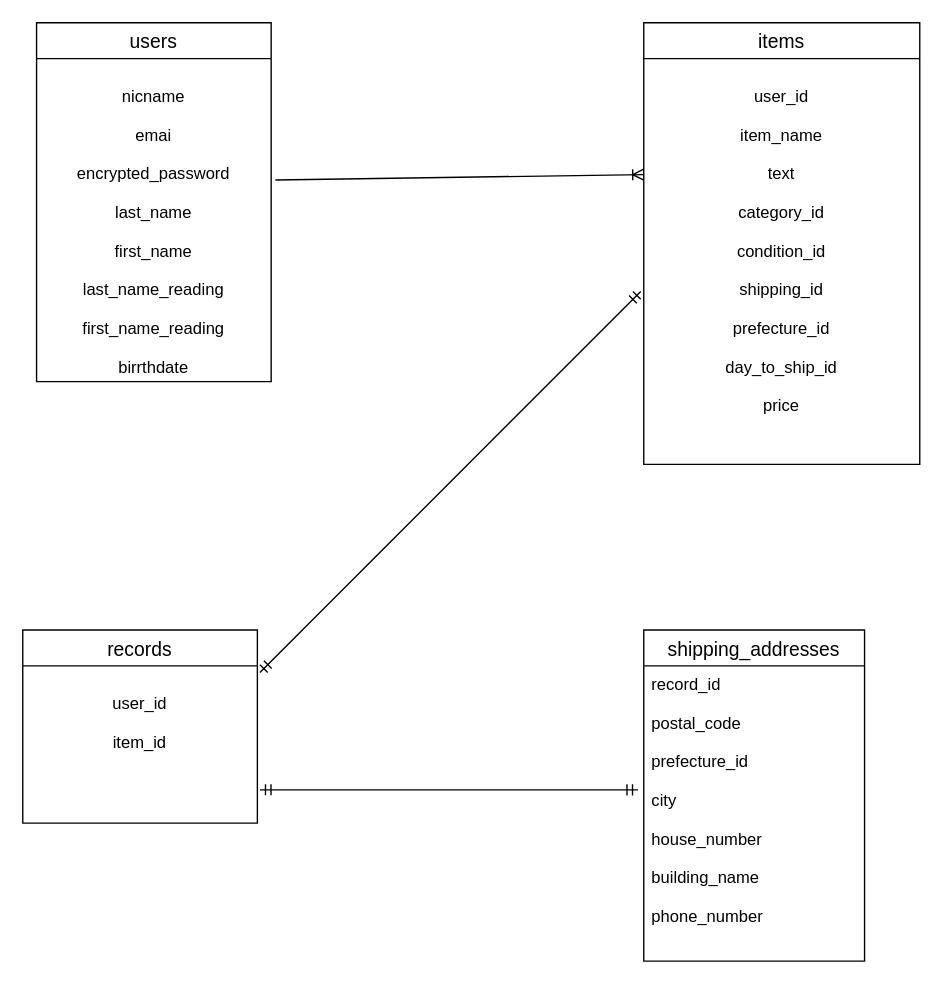
Before: app/controllers/ER.dio in kawashimakouhei/furima-29120, a draw.io diagram. Source tidied: cells renumbered, new cells numbered last; positions are measured from the earlier drawing's top-left corner, leaving out a move shared by most shapes. Both pictures are drawn from the tidied source at 138%, with x=0, y=0 at pixel (22, 22).
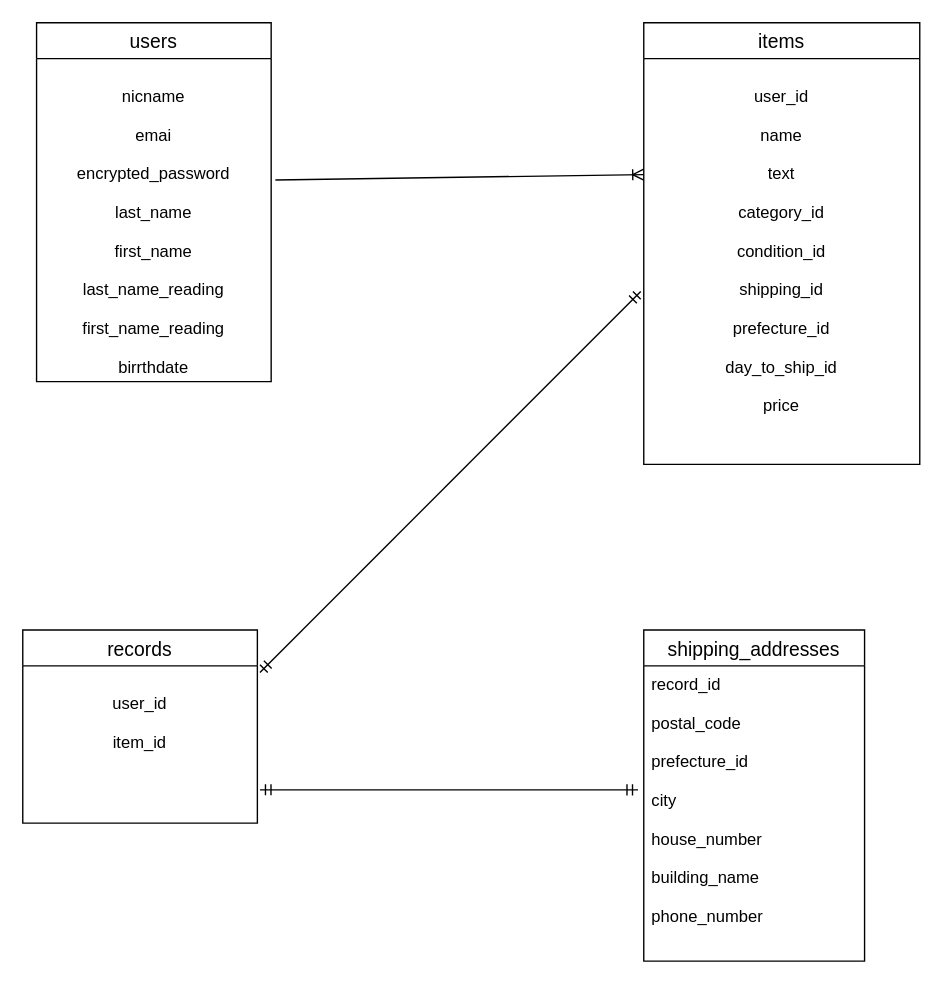
The same page after the edit.

Commit message (it also covers changes not shown here):
テーブル設計訂正

The edit, as a diff of the source:
```diff
@@
 <mxGraphModel>
   <root>
     <mxCell id="0" />
     <mxCell id="1" parent="0" />
     <mxCell id="2" value="users" style="swimlane;fontStyle=0;horizontal=1;startSize=26;align=center;fontSize=14;" parent="1" vertex="1">
       <mxGeometry x="10" width="170" height="260" as="geometry" />
     </mxCell>
     <mxCell id="3" value="&#10;nicname&#10;&#10;emai&#10;&#10;encrypted_password&#10;&#10;last_name&#10;&#10;first_name&#10;&#10;last_name_reading&#10;&#10;first_name_reading&#10;&#10;birrthdate" style="text;strokeColor=none;fillColor=none;spacingLeft=4;spacingRight=4;overflow=hidden;points=[[0,0.5],[1,0.5]];portConstraint=eastwest;fontSize=12;align=center;" parent="2" vertex="1">
       <mxGeometry y="26" width="170" height="234" as="geometry" />
     </mxCell>
     <mxCell id="4" value="items" style="swimlane;fontStyle=0;horizontal=1;startSize=26;align=center;fontSize=14;" parent="1" vertex="1">
       <mxGeometry x="450" width="200" height="320" as="geometry" />
     </mxCell>
-    <mxCell id="5" value="&#10;user_id&#10;&#10;item_name&#10;&#10;text&#10;&#10;category_id&#10;&#10;condition_id&#10;&#10;shipping_id&#10;&#10;prefecture_id&#10;&#10;day_to_ship_id&#10;&#10;price" style="text;strokeColor=none;fillColor=none;spacingLeft=4;spacingRight=4;overflow=hidden;points=[[0,0.5],[1,0.5]];portConstraint=eastwest;fontSize=12;align=center;" parent="4" vertex="1">
+    <mxCell id="5" value="&#10;user_id&#10;&#10;name&#10;&#10;text&#10;&#10;category_id&#10;&#10;condition_id&#10;&#10;shipping_id&#10;&#10;prefecture_id&#10;&#10;day_to_ship_id&#10;&#10;price" style="text;strokeColor=none;fillColor=none;spacingLeft=4;spacingRight=4;overflow=hidden;points=[[0,0.5],[1,0.5]];portConstraint=eastwest;fontSize=12;align=center;" parent="4" vertex="1">
       <mxGeometry y="26" width="200" height="294" as="geometry" />
     </mxCell>
     <mxCell id="6" value="shipping_addresses" style="swimlane;fontStyle=0;horizontal=1;startSize=26;align=center;fontSize=14;" parent="1" vertex="1">
       <mxGeometry x="450" y="440" width="160" height="240" as="geometry" />
     </mxCell>
     <mxCell id="7" value="record_id&#10;&#10;postal_code&#10;&#10;prefecture_id&#10;&#10;city&#10;&#10;house_number&#10;&#10;building_name&#10;&#10;phone_number" style="text;strokeColor=none;fillColor=none;spacingLeft=4;spacingRight=4;overflow=hidden;points=[[0,0.5],[1,0.5]];portConstraint=eastwest;fontSize=12;" parent="6" vertex="1">
       <mxGeometry y="26" width="160" height="214" as="geometry" />
     </mxCell>
     <mxCell id="8" style="fontSize=12;html=1;endArrow=ERoneToMany;exitX=1.018;exitY=0.376;exitDx=0;exitDy=0;exitPerimeter=0;" parent="1" edge="1" source="3">
       <mxGeometry relative="1" as="geometry">
         <mxPoint x="450" y="110" as="targetPoint" />
       </mxGeometry>
     </mxCell>
     <mxCell id="9" value="records" style="swimlane;fontStyle=0;horizontal=1;startSize=26;align=center;fontSize=14;" parent="1" vertex="1">
       <mxGeometry y="440" width="170" height="140" as="geometry" />
     </mxCell>
     <mxCell id="10" value="&#10;user_id&#10;&#10;item_id&#10;&#10;" style="text;strokeColor=none;fillColor=none;spacingLeft=4;spacingRight=4;overflow=hidden;points=[[0,0.5],[1,0.5]];portConstraint=eastwest;fontSize=12;align=center;" parent="9" vertex="1">
       <mxGeometry y="26" width="170" height="114" as="geometry" />
     </mxCell>
     <mxCell id="11" style="fontSize=12;html=1;endArrow=ERmandOne;startArrow=ERmandOne;entryX=-0.011;entryY=0.574;entryDx=0;entryDy=0;entryPerimeter=0;exitX=1.011;exitY=0.042;exitDx=0;exitDy=0;exitPerimeter=0;" parent="1" edge="1" source="10" target="5">
       <mxGeometry relative="1" as="geometry" />
     </mxCell>
     <mxCell id="12" style="fontSize=12;html=1;endArrow=ERmandOne;startArrow=ERmandOne;entryX=-0.026;entryY=0.42;entryDx=0;entryDy=0;entryPerimeter=0;exitX=1.011;exitY=0.788;exitDx=0;exitDy=0;exitPerimeter=0;" parent="1" edge="1" source="10" target="7">
       <mxGeometry relative="1" as="geometry" />
     </mxCell>
   </root>
 </mxGraphModel>
```
